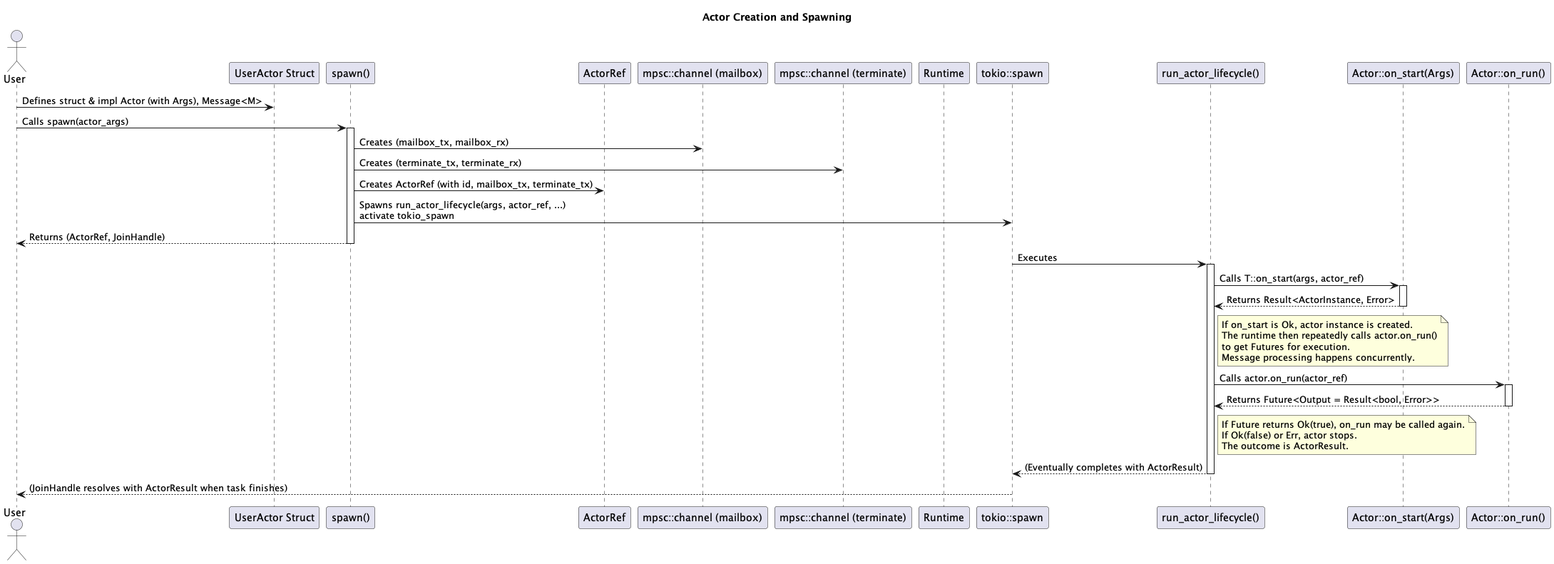
Above: docs/Actor Creation and Spawning.png in hiking90/rsactor (PlantUML), before the change.
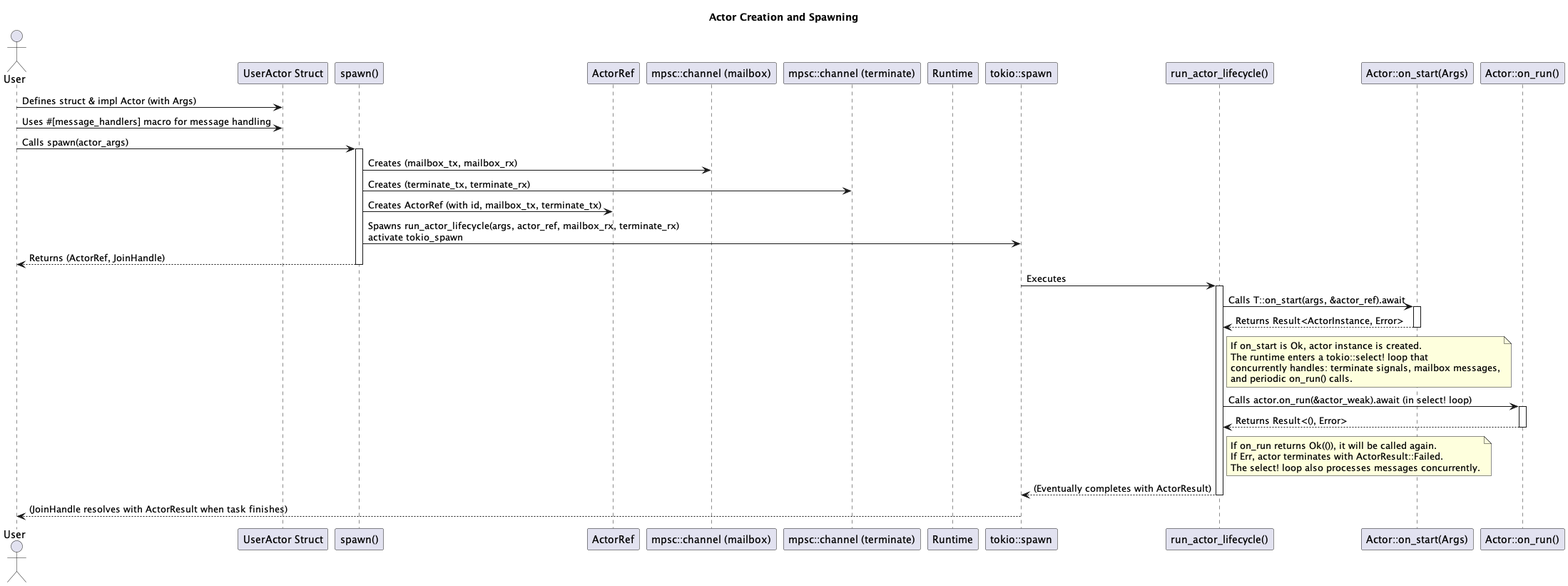
After the commit.

What changed in the source:
```diff
@@ -13,38 +13,39 @@
 participant "Actor::on_start(Args)" as on_start_method
 participant "Actor::on_run()" as on_run_method
 
-User -> UserActor: Defines struct & impl Actor (with Args), Message<M>
+User -> UserActor: Defines struct & impl Actor (with Args)
+User -> UserActor: Uses #[message_handlers] macro for message handling
 User -> spawn_func: Calls spawn(actor_args)
 activate spawn_func
 
 spawn_func -> MailboxChannel: Creates (mailbox_tx, mailbox_rx)
 spawn_func -> TerminateChannel: Creates (terminate_tx, terminate_rx)
 spawn_func -> ActorRef_type: Creates ActorRef (with id, mailbox_tx, terminate_tx)
-spawn_func -> tokio_spawn: Spawns run_actor_lifecycle(args, actor_ref, ...)\nactivate tokio_spawn
+spawn_func -> tokio_spawn: Spawns run_actor_lifecycle(args, actor_ref, mailbox_rx, terminate_rx)\nactivate tokio_spawn
 spawn_func --> User: Returns (ActorRef, JoinHandle)
 deactivate spawn_func
 
 tokio_spawn -> run_lifecycle: Executes
 activate run_lifecycle
-run_lifecycle -> on_start_method: Calls T::on_start(args, actor_ref)
+run_lifecycle -> on_start_method: Calls T::on_start(args, &actor_ref).await
 activate on_start_method
 on_start_method --> run_lifecycle: Returns Result<ActorInstance, Error>
 deactivate on_start_method
 
 note right of run_lifecycle
   If on_start is Ok, actor instance is created.
-  The runtime then repeatedly calls actor.on_run()
-  to get Futures for execution.
-  Message processing happens concurrently.
+  The runtime enters a tokio::select! loop that
+  concurrently handles: terminate signals, mailbox messages,
+  and periodic on_run() calls.
 end note
-run_lifecycle -> on_run_method: Calls actor.on_run(actor_ref)
+run_lifecycle -> on_run_method: Calls actor.on_run(&actor_weak).await (in select! loop)
 activate on_run_method
-on_run_method --> run_lifecycle: Returns Future<Output = Result<bool, Error>>
+on_run_method --> run_lifecycle: Returns Result<(), Error>
 deactivate on_run_method
 note right of run_lifecycle
-  If Future returns Ok(true), on_run may be called again.
-  If Ok(false) or Err, actor stops.
-  The outcome is ActorResult.
+  If on_run returns Ok(()), it will be called again.
+  If Err, actor terminates with ActorResult::Failed.
+  The select! loop also processes messages concurrently.
 end note
 
 run_lifecycle --> tokio_spawn: (Eventually completes with ActorResult)
```
